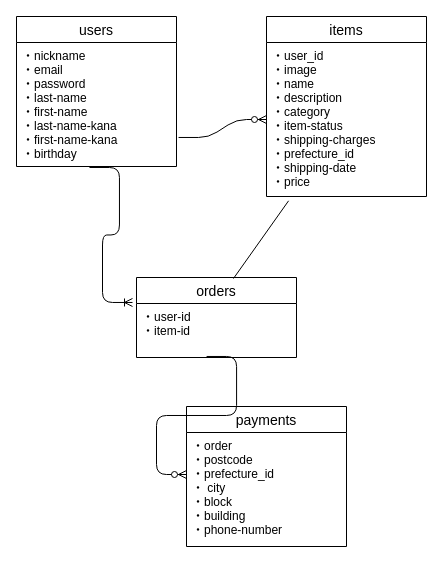
Above: ER.dio in pontsuyo4423/furima-40296 (draw.io), before the change. Source tidied: cells renumbered, new cells numbered last; positions are measured from the earlier drawing's top-left corner, leaving out a move shared by most shapes. Both pictures are drawn from the tidied source at 100%, with x=0, y=0 at pixel (16, 16).
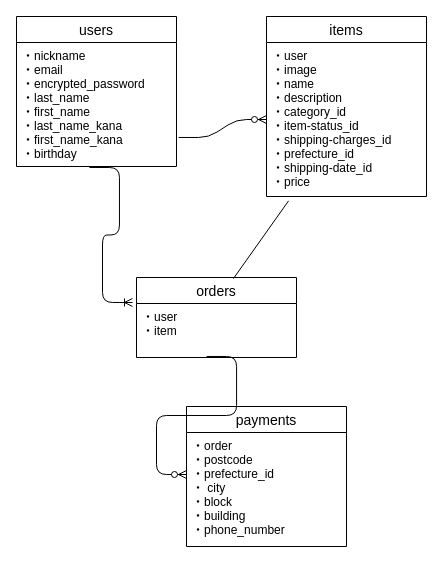
The same page after the edit.

Change to the diagram source:
```diff
@@
 <mxGraphModel>
   <root>
     <mxCell id="0" />
     <mxCell id="1" parent="0" />
     <mxCell id="2" value="users" style="swimlane;fontStyle=0;horizontal=1;startSize=26;align=center;fontSize=14;" parent="1" vertex="1">
       <mxGeometry width="160" height="150" as="geometry" />
     </mxCell>
-    <mxCell id="3" value="・nickname&#10;・email&#10;・password&#10;・last-name&#10;・first-name&#10;・last-name-kana&#10;・first-name-kana&#10;・birthday" style="text;strokeColor=none;fillColor=none;spacingLeft=4;spacingRight=4;overflow=hidden;points=[[0,0.5],[1,0.5]];portConstraint=eastwest;fontSize=12;" parent="2" vertex="1">
+    <mxCell id="3" value="・nickname&#10;・email&#10;・encrypted_password&#10;・last_name&#10;・first_name&#10;・last_name_kana&#10;・first_name_kana&#10;・birthday" style="text;strokeColor=none;fillColor=none;spacingLeft=4;spacingRight=4;overflow=hidden;points=[[0,0.5],[1,0.5]];portConstraint=eastwest;fontSize=12;" parent="2" vertex="1">
       <mxGeometry y="26" width="160" height="124" as="geometry" />
     </mxCell>
     <mxCell id="4" value="items" style="swimlane;fontStyle=0;horizontal=1;startSize=26;align=center;fontSize=14;" parent="1" vertex="1">
       <mxGeometry x="250" width="160" height="180" as="geometry" />
     </mxCell>
-    <mxCell id="5" value="・user_id&#10;・image&#10;・name&#10;・description&#10;・category&#10;・item-status&#10;・shipping-charges&#10;・prefecture_id&#10;・shipping-date&#10;・price" style="text;strokeColor=none;fillColor=none;spacingLeft=4;spacingRight=4;overflow=hidden;points=[[0,0.5],[1,0.5]];portConstraint=eastwest;fontSize=12;" parent="4" vertex="1">
+    <mxCell id="5" value="・user&#10;・image&#10;・name&#10;・description&#10;・category_id&#10;・item-status_id&#10;・shipping-charges_id&#10;・prefecture_id&#10;・shipping-date_id&#10;・price" style="text;strokeColor=none;fillColor=none;spacingLeft=4;spacingRight=4;overflow=hidden;points=[[0,0.5],[1,0.5]];portConstraint=eastwest;fontSize=12;" parent="4" vertex="1">
       <mxGeometry y="26" width="160" height="154" as="geometry" />
     </mxCell>
     <mxCell id="6" style="edgeStyle=entityRelationEdgeStyle;fontSize=12;html=1;endArrow=ERzeroToMany;endFill=1;exitX=1.013;exitY=0.766;exitDx=0;exitDy=0;exitPerimeter=0;entryX=0;entryY=0.5;entryDx=0;entryDy=0;" parent="1" edge="1" source="3" target="5">
       <mxGeometry relative="1" as="geometry" />
     </mxCell>
     <mxCell id="7" value="orders" style="swimlane;fontStyle=0;horizontal=1;startSize=26;align=center;fontSize=14;" parent="1" vertex="1">
       <mxGeometry x="120" y="261" width="160" height="80" as="geometry" />
     </mxCell>
-    <mxCell id="8" value="・user-id&#10;・item-id" style="text;strokeColor=none;fillColor=none;spacingLeft=4;spacingRight=4;overflow=hidden;points=[[0,0.5],[1,0.5]];portConstraint=eastwest;fontSize=12;" parent="7" vertex="1">
+    <mxCell id="8" value="・user&#10;・item" style="text;strokeColor=none;fillColor=none;spacingLeft=4;spacingRight=4;overflow=hidden;points=[[0,0.5],[1,0.5]];portConstraint=eastwest;fontSize=12;" parent="7" vertex="1">
       <mxGeometry y="26" width="160" height="54" as="geometry" />
     </mxCell>
     <mxCell id="9" style="edgeStyle=entityRelationEdgeStyle;fontSize=12;html=1;endArrow=ERoneToMany;exitX=0.456;exitY=1.008;exitDx=0;exitDy=0;exitPerimeter=0;entryX=-0.025;entryY=-0.019;entryDx=0;entryDy=0;entryPerimeter=0;" parent="1" edge="1" source="3" target="8">
       <mxGeometry relative="1" as="geometry" />
     </mxCell>
     <mxCell id="10" style="endArrow=none;html=1;rounded=0;entryX=0.138;entryY=1.028;entryDx=0;entryDy=0;entryPerimeter=0;exitX=0.606;exitY=0.013;exitDx=0;exitDy=0;exitPerimeter=0;" parent="1" edge="1" source="7" target="5">
       <mxGeometry relative="1" as="geometry" />
     </mxCell>
     <mxCell id="11" value="payments" style="swimlane;fontStyle=0;horizontal=1;startSize=26;align=center;fontSize=14;" parent="1" vertex="1">
       <mxGeometry x="170" y="390" width="160" height="140" as="geometry" />
     </mxCell>
-    <mxCell id="12" value="・order&#10;・postcode&#10;・prefecture_id&#10;・ city&#10;・block&#10;・building&#10;・phone-number" style="text;strokeColor=none;fillColor=none;spacingLeft=4;spacingRight=4;overflow=hidden;fontSize=12;" parent="11" vertex="1">
+    <mxCell id="12" value="・order&#10;・postcode&#10;・prefecture_id&#10;・ city&#10;・block&#10;・building&#10;・phone_number" style="text;strokeColor=none;fillColor=none;spacingLeft=4;spacingRight=4;overflow=hidden;fontSize=12;" parent="11" vertex="1">
       <mxGeometry y="26" width="160" height="114" as="geometry" />
     </mxCell>
     <mxCell id="13" style="edgeStyle=entityRelationEdgeStyle;fontSize=12;html=1;endArrow=ERzeroToMany;endFill=1;exitX=0.438;exitY=0.981;exitDx=0;exitDy=0;exitPerimeter=0;" parent="1" edge="1" source="8">
       <mxGeometry relative="1" as="geometry">
         <mxPoint x="170" y="458" as="targetPoint" />
       </mxGeometry>
     </mxCell>
   </root>
 </mxGraphModel>
```
